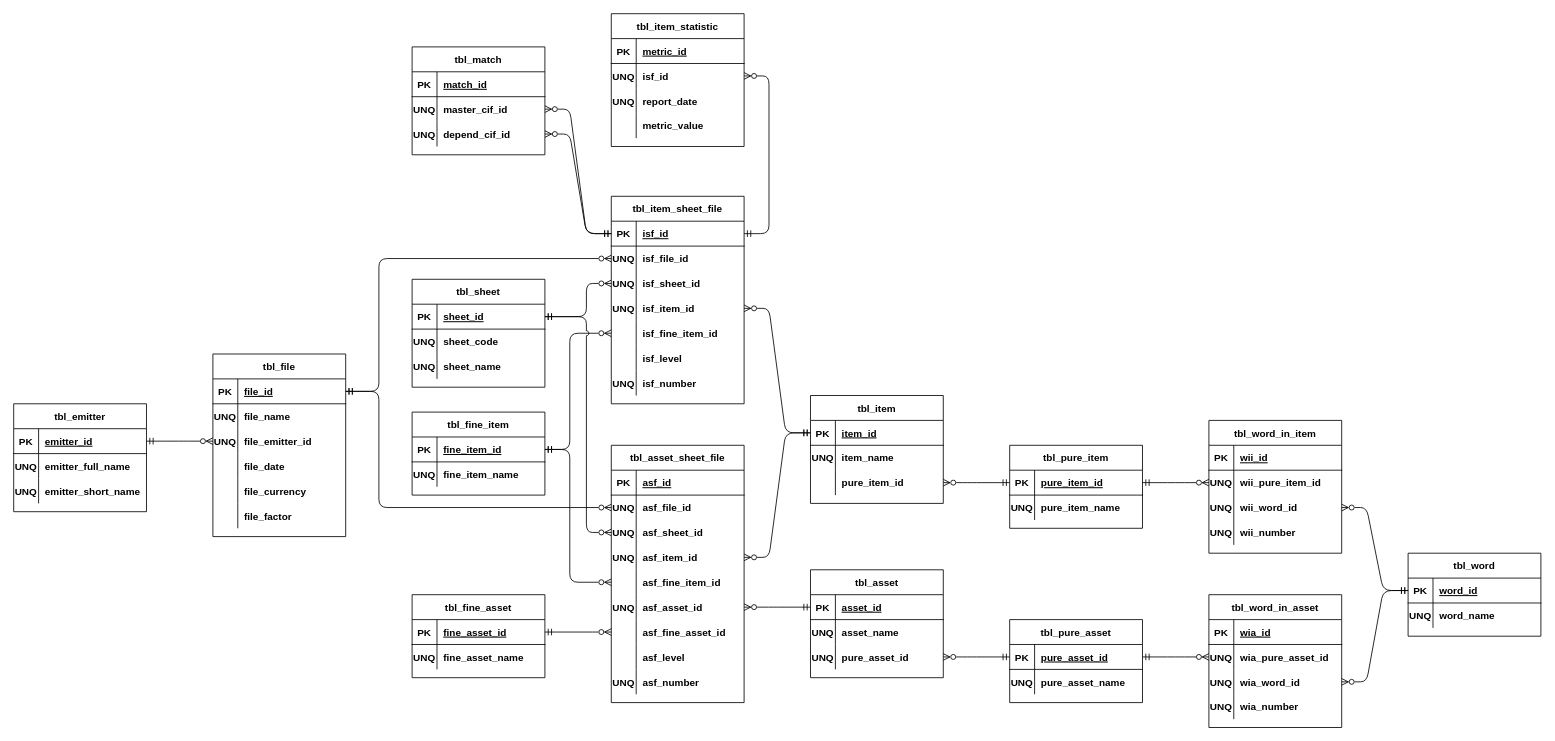
Earlier version of the draw.io diagram diagram/fs_code.drawio (pw095/Ashutor). Source tidied: cells renumbered, new cells numbered last; positions are measured from the earlier drawing's top-left corner, leaving out a move shared by most shapes. Both pictures are drawn from the tidied source at 83%, with x=0, y=0 at pixel (13, 13).
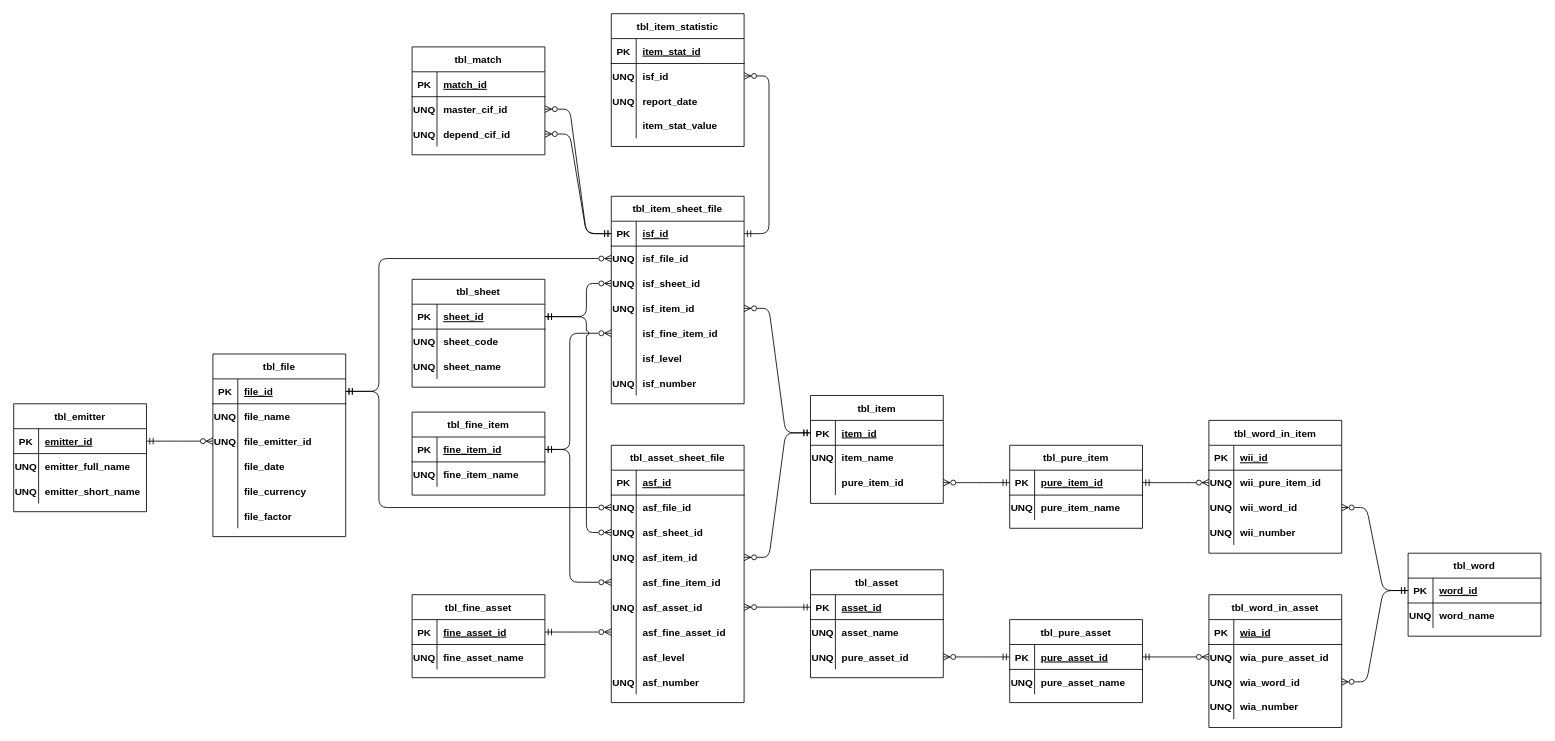
The same diagram, later.

The change refers to these unchanged cells:
```xml
<mxCell id="86" style="shape=partialRectangle;fillColor=none;top=0;left=0;bottom=1;right=0;" parent="85" vertex="1">
  <mxGeometry y="30" width="160" height="30" as="geometry" />
</mxCell>
<mxCell id="95" style="shape=partialRectangle;fillColor=none;top=0;left=0;bottom=0;right=0;" parent="85" vertex="1">
  <mxGeometry y="120" width="160" height="30" as="geometry" />
</mxCell>
```

The edit, as a diff of the source:
```diff
@@
-    <mxCell id="88" value="metric_id" style="shape=partialRectangle;fillColor=none;top=0;left=0;bottom=0;right=0;align=left;spacingLeft=6;fontStyle=5;overflow=hidden;" parent="86" vertex="1">
+    <mxCell id="88" value="item_stat_id" style="shape=partialRectangle;fillColor=none;top=0;left=0;bottom=0;right=0;align=left;spacingLeft=6;fontStyle=5;overflow=hidden;" parent="86" vertex="1">
       <mxGeometry x="30" width="130" height="30" as="geometry" />
     </mxCell>
@@
-    <mxCell id="97" value="metric_value" style="shape=partialRectangle;fillColor=none;top=0;left=0;bottom=0;right=0;align=left;spacingLeft=6;overflow=hidden;fontStyle=1;" parent="95" vertex="1">
+    <mxCell id="97" value="item_stat_value" style="shape=partialRectangle;fillColor=none;top=0;left=0;bottom=0;right=0;align=left;spacingLeft=6;overflow=hidden;fontStyle=1;" parent="95" vertex="1">
       <mxGeometry x="30" width="130" height="30" as="geometry" />
     </mxCell>
```
